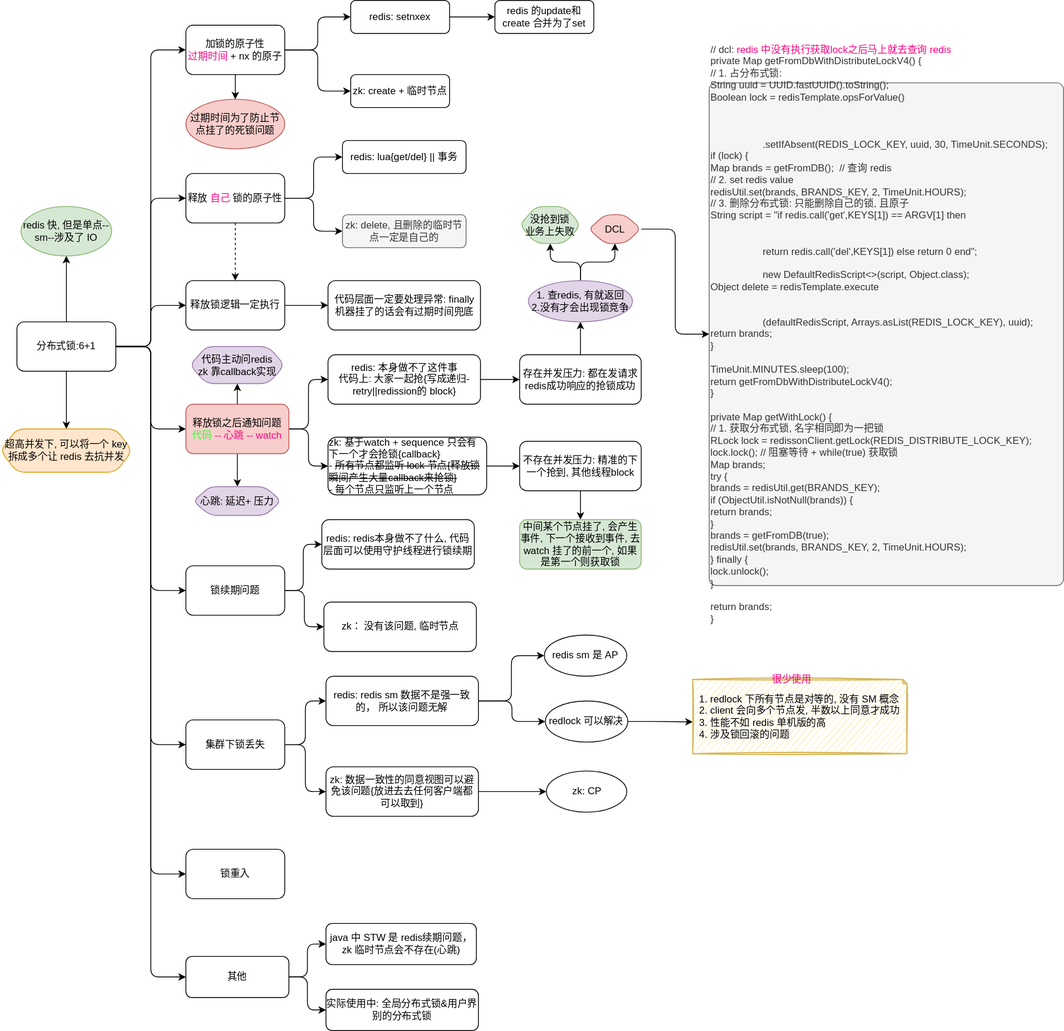
Alice52/diagrams keeps this draw.io diagram as diagrams/dist/01.dist-lock.svg. Above is the earlier version. Source tidied: cells renumbered, new cells last; positions are measured from the earlier drawing's top-left corner, leaving out a move shared by most shapes.
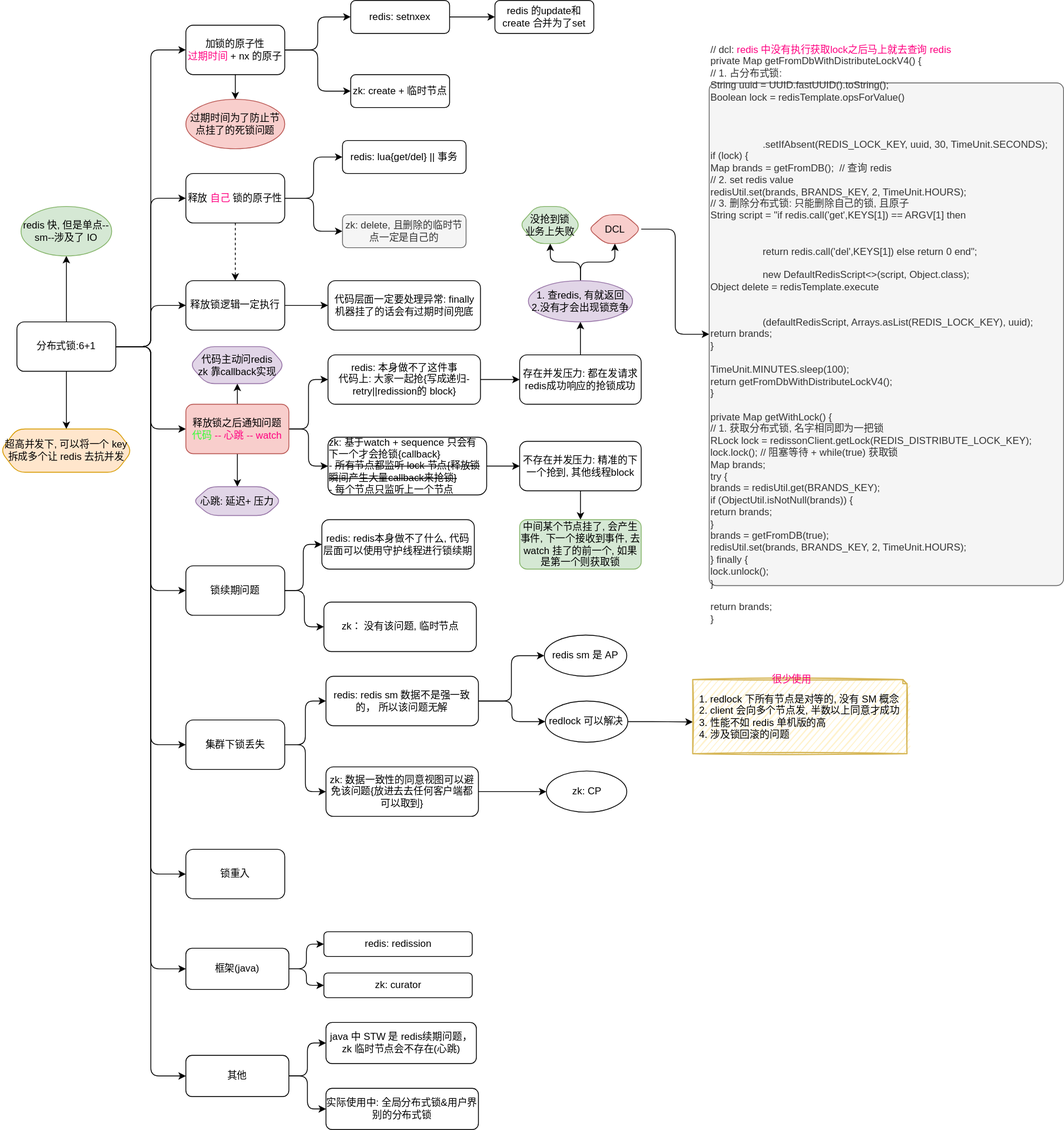
Above is the later version.

Commit message:
dist: refine distlock about practice

Diff of the diagram source:
```diff
@@ -32,6 +32,9 @@
     <mxCell id="11" style="edgeStyle=orthogonalEdgeStyle;rounded=1;jettySize=auto;html=1;entryX=0;entryY=0.5;entryDx=0;entryDy=0;" parent="1" edge="1" source="12" target="81">
       <mxGeometry relative="1" as="geometry" />
     </mxCell>
+    <mxCell id="82" style="edgeStyle=orthogonalEdgeStyle;rounded=1;jettySize=auto;html=1;exitX=1;exitY=0.5;exitDx=0;exitDy=0;entryX=0;entryY=0.5;entryDx=0;entryDy=0;" parent="1" edge="1" source="12" target="85">
+      <mxGeometry relative="1" as="geometry" />
+    </mxCell>
     <mxCell id="12" value="分布式锁:6+1" style="rounded=1;whiteSpace=wrap;html=1;" parent="1" vertex="1">
       <mxGeometry x="20" y="390" width="120" height="60" as="geometry" />
     </mxCell>
@@ -228,10 +231,10 @@
       <mxGeometry x="90" width="60" height="20" as="geometry" />
     </mxCell>
     <mxCell id="77" value="实际使用中: 全局分布式锁&amp;amp;用户界别的分布式锁" style="rounded=1;whiteSpace=wrap;html=1;" parent="1" vertex="1">
-      <mxGeometry x="395" y="1200" width="185" height="50" as="geometry" />
+      <mxGeometry x="395" y="1320" width="185" height="50" as="geometry" />
     </mxCell>
     <mxCell id="78" value="java 中 STW 是 redis续期问题， zk 临时节点会不存在(心跳)" style="rounded=1;whiteSpace=wrap;html=1;" parent="1" vertex="1">
-      <mxGeometry x="395" y="1120" width="182.5" height="50" as="geometry" />
+      <mxGeometry x="395" y="1240" width="182.5" height="50" as="geometry" />
     </mxCell>
     <mxCell id="79" style="edgeStyle=orthogonalEdgeStyle;rounded=1;jettySize=auto;html=1;entryX=0;entryY=0.5;entryDx=0;entryDy=0;" parent="1" edge="1" source="81" target="78">
       <mxGeometry relative="1" as="geometry" />
@@ -240,7 +243,22 @@
       <mxGeometry relative="1" as="geometry" />
     </mxCell>
     <mxCell id="81" value="其他" style="rounded=1;whiteSpace=wrap;html=1;" parent="1" vertex="1">
-      <mxGeometry x="225" y="1160" width="125" height="50" as="geometry" />
+      <mxGeometry x="225" y="1280" width="125" height="50" as="geometry" />
     </mxCell>
+    <mxCell id="83" style="edgeStyle=orthogonalEdgeStyle;rounded=1;jettySize=auto;html=1;exitX=1;exitY=0.5;exitDx=0;exitDy=0;entryX=0;entryY=0.5;entryDx=0;entryDy=0;" parent="1" edge="1" source="85" target="86">
+      <mxGeometry relative="1" as="geometry" />
+    </mxCell>
+    <mxCell id="84" style="edgeStyle=orthogonalEdgeStyle;rounded=1;jettySize=auto;html=1;exitX=1;exitY=0.5;exitDx=0;exitDy=0;entryX=0;entryY=0.5;entryDx=0;entryDy=0;" parent="1" edge="1" source="85" target="87">
+      <mxGeometry relative="1" as="geometry" />
+    </mxCell>
+    <mxCell id="85" value="框架(java)" style="rounded=1;whiteSpace=wrap;html=1;" parent="1" vertex="1">
+      <mxGeometry x="225" y="1150" width="125" height="50" as="geometry" />
+    </mxCell>
+    <mxCell id="86" value="redis: redission" style="rounded=1;whiteSpace=wrap;html=1;" parent="1" vertex="1">
+      <mxGeometry x="392.5" y="1130" width="180" height="30" as="geometry" />
+    </mxCell>
+    <mxCell id="87" value="zk: curator" style="rounded=1;whiteSpace=wrap;html=1;" parent="1" vertex="1">
+      <mxGeometry x="392.5" y="1180" width="180" height="30" as="geometry" />
+    </mxCell>
   </root>
 </mxGraphModel>
```
